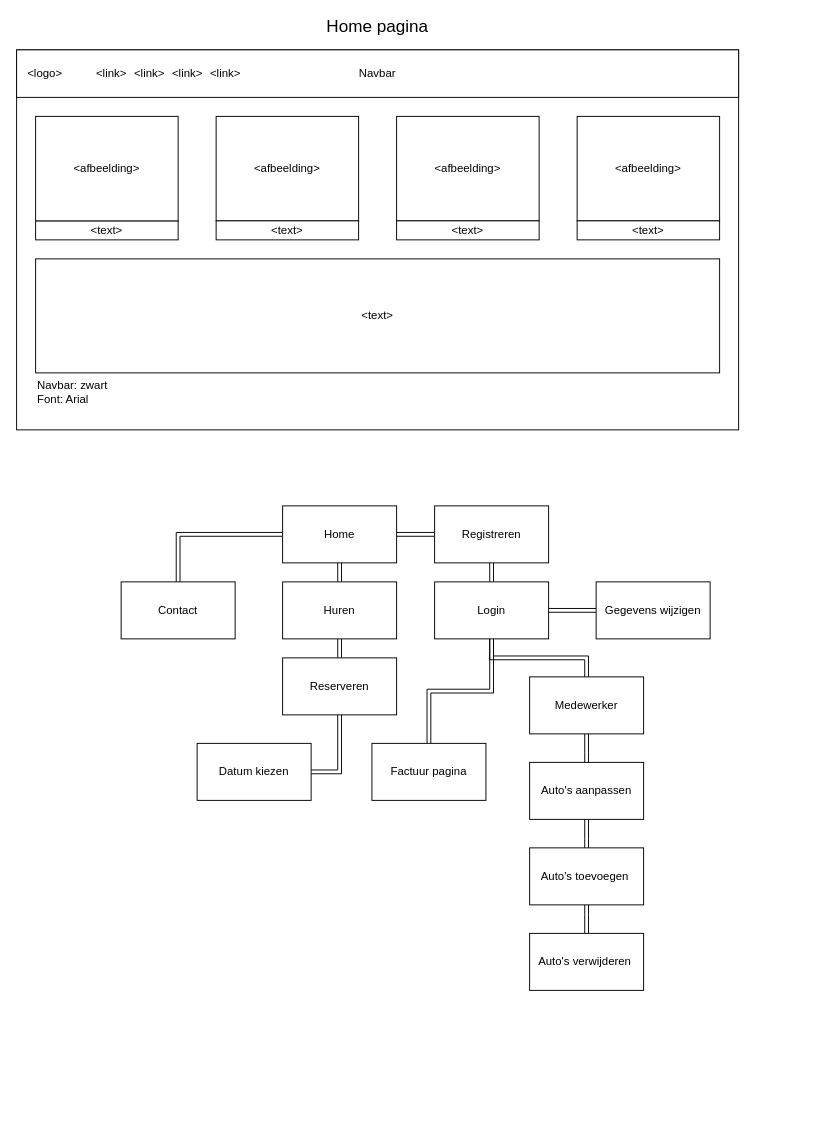
Earlier version of the draw.io diagram Homepage.drawio (Vishay142/rentacar). Source tidied: cells renumbered, new cells numbered last; positions are measured from the earlier drawing's top-left corner, leaving out a move shared by most shapes. Both pictures are drawn from the tidied source at 95%, with x=0, y=0 at pixel (16, 17).
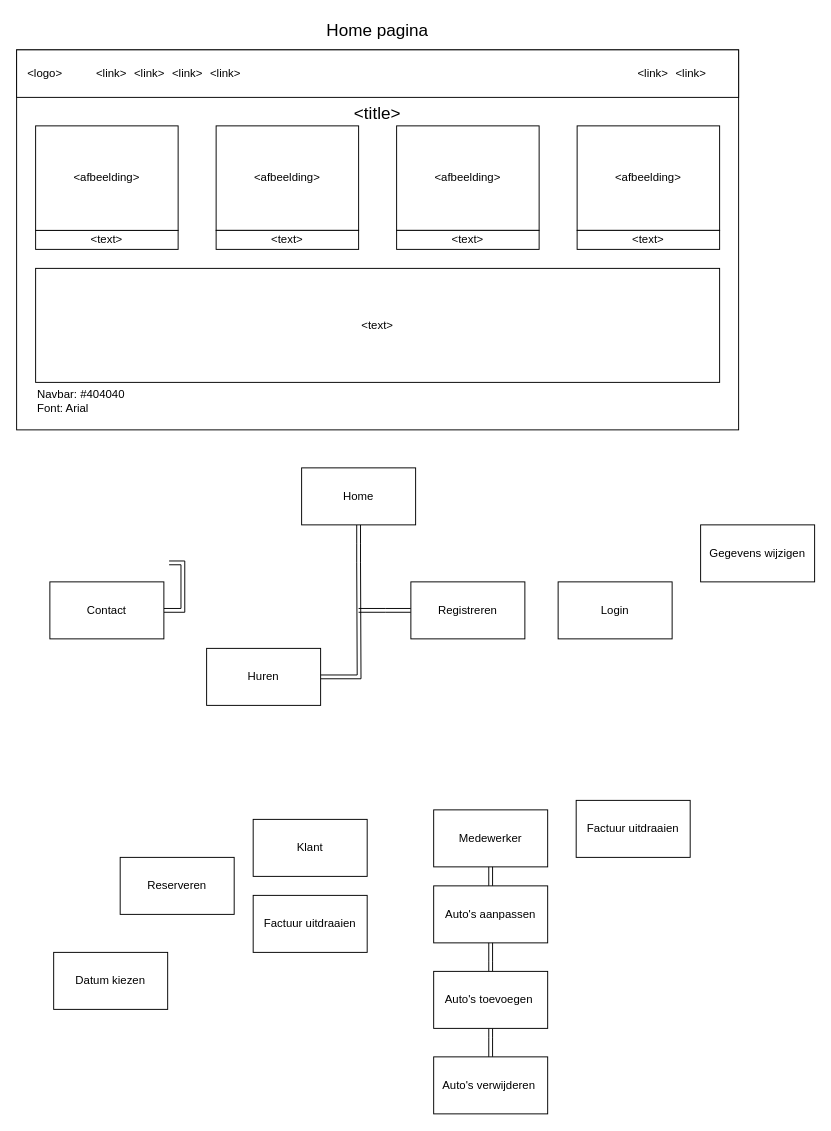
After the change.

The edit, as a diff of the source:
```diff
@@
-    <mxCell id="3" value="Navbar" style="rounded=0;whiteSpace=wrap;html=1;" parent="1" vertex="1">
+    <mxCell id="3" style="rounded=0;whiteSpace=wrap;html=1;" parent="1" vertex="1">
       <mxGeometry y="34" width="760" height="50" as="geometry" />
     </mxCell>
     <mxCell id="4" value="&amp;lt;afbeelding&amp;gt;" style="rounded=0;whiteSpace=wrap;html=1;" parent="1" vertex="1">
-      <mxGeometry x="210" y="104" width="150" height="110" as="geometry" />
+      <mxGeometry x="210" y="114" width="150" height="110" as="geometry" />
     </mxCell>
     <mxCell id="5" value="&amp;lt;afbeelding&amp;gt;" style="rounded=0;whiteSpace=wrap;html=1;" parent="1" vertex="1">
-      <mxGeometry x="400" y="104" width="150" height="110" as="geometry" />
+      <mxGeometry x="400" y="114" width="150" height="110" as="geometry" />
     </mxCell>
     <mxCell id="6" value="&amp;lt;afbeelding&amp;gt;" style="rounded=0;whiteSpace=wrap;html=1;" parent="1" vertex="1">
-      <mxGeometry x="590" y="104" width="150" height="110" as="geometry" />
+      <mxGeometry x="590" y="114" width="150" height="110" as="geometry" />
     </mxCell>
     <mxCell id="7" value="&amp;lt;text&amp;gt;" style="rounded=0;whiteSpace=wrap;html=1;" parent="1" vertex="1">
-      <mxGeometry x="20" y="214" width="150" height="20" as="geometry" />
+      <mxGeometry x="20" y="224" width="150" height="20" as="geometry" />
     </mxCell>
     <mxCell id="8" value="&amp;lt;text&amp;gt;" style="rounded=0;whiteSpace=wrap;html=1;" parent="1" vertex="1">
-      <mxGeometry x="210" y="214" width="150" height="20" as="geometry" />
+      <mxGeometry x="210" y="224" width="150" height="20" as="geometry" />
     </mxCell>
     <mxCell id="9" value="&amp;lt;text&amp;gt;" style="rounded=0;whiteSpace=wrap;html=1;" parent="1" vertex="1">
-      <mxGeometry x="400" y="214" width="150" height="20" as="geometry" />
+      <mxGeometry x="400" y="224" width="150" height="20" as="geometry" />
     </mxCell>
     <mxCell id="10" value="&amp;lt;text&amp;gt;" style="rounded=0;whiteSpace=wrap;html=1;" parent="1" vertex="1">
-      <mxGeometry x="590" y="214" width="150" height="20" as="geometry" />
+      <mxGeometry x="590" y="224" width="150" height="20" as="geometry" />
     </mxCell>
     <mxCell id="11" value="&amp;lt;text&amp;gt;" style="rounded=0;whiteSpace=wrap;html=1;" parent="1" vertex="1">
-      <mxGeometry x="20" y="254" width="720" height="120" as="geometry" />
+      <mxGeometry x="20" y="264" width="720" height="120" as="geometry" />
     </mxCell>
     <mxCell id="12" value="&amp;lt;afbeelding&amp;gt;" style="rounded=0;whiteSpace=wrap;html=1;" parent="1" vertex="1">
-      <mxGeometry x="20" y="104" width="150" height="110" as="geometry" />
+      <mxGeometry x="20" y="114" width="150" height="110" as="geometry" />
     </mxCell>
@@
-    <mxCell id="15" style="edgeStyle=orthogonalEdgeStyle;rounded=0;jettySize=auto;html=1;shape=link;" parent="1" edge="1" source="19" target="20">
-      <mxGeometry relative="1" as="geometry" />
-    </mxCell>
-    <mxCell id="16" style="edgeStyle=orthogonalEdgeStyle;shape=link;rounded=0;jettySize=auto;html=1;" parent="1" edge="1" source="19" target="41">
-      <mxGeometry relative="1" as="geometry" />
-    </mxCell>
-    <mxCell id="17" style="edgeStyle=orthogonalEdgeStyle;shape=link;rounded=0;jettySize=auto;html=1;exitX=1;exitY=0.5;exitDx=0;exitDy=0;" parent="1" edge="1" source="19" target="42">
-      <mxGeometry relative="1" as="geometry" />
-    </mxCell>
-    <mxCell id="18" style="edgeStyle=orthogonalEdgeStyle;shape=link;rounded=0;jettySize=auto;html=1;entryX=0.5;entryY=0;entryDx=0;entryDy=0;" parent="1" edge="1" source="42" target="23">
-      <mxGeometry relative="1" as="geometry" />
-    </mxCell>
+    <mxCell id="45" style="edgeStyle=orthogonalEdgeStyle;shape=link;rounded=0;jettySize=auto;html=1;" parent="1" edge="1" source="19">
+      <mxGeometry relative="1" as="geometry">
+        <mxPoint x="360" y="574" as="targetPoint" />
+      </mxGeometry>
+    </mxCell>
     <mxCell id="19" value="Home" style="rounded=0;whiteSpace=wrap;html=1;" parent="1" vertex="1">
-      <mxGeometry x="280" y="514" width="120" height="60" as="geometry" />
+      <mxGeometry x="300" y="474" width="120" height="60" as="geometry" />
     </mxCell>
+    <mxCell id="46" style="edgeStyle=orthogonalEdgeStyle;shape=link;rounded=0;jettySize=auto;html=1;" parent="1" edge="1" source="20">
+      <mxGeometry relative="1" as="geometry">
+        <mxPoint x="160" y="574" as="targetPoint" />
+      </mxGeometry>
+    </mxCell>
     <mxCell id="20" value="Contact" style="rounded=0;whiteSpace=wrap;html=1;" parent="1" vertex="1">
-      <mxGeometry x="110" y="594" width="120" height="60" as="geometry" />
+      <mxGeometry x="35" y="594" width="120" height="60" as="geometry" />
     </mxCell>
-    <mxCell id="21" style="edgeStyle=orthogonalEdgeStyle;rounded=0;jettySize=auto;html=1;entryX=0.5;entryY=0;entryDx=0;entryDy=0;shape=link;" parent="1" edge="1" source="41" target="39">
-      <mxGeometry relative="1" as="geometry" />
-    </mxCell>
-    <mxCell id="22" style="edgeStyle=orthogonalEdgeStyle;shape=link;rounded=0;jettySize=auto;html=1;" parent="1" edge="1" source="23" target="43">
-      <mxGeometry relative="1" as="geometry" />
-    </mxCell>
     <mxCell id="23" value="Login" style="rounded=0;whiteSpace=wrap;html=1;" parent="1" vertex="1">
-      <mxGeometry x="440" y="594" width="120" height="60" as="geometry" />
+      <mxGeometry x="570" y="594" width="120" height="60" as="geometry" />
     </mxCell>
-    <mxCell id="24" style="edgeStyle=orthogonalEdgeStyle;shape=link;rounded=0;jettySize=auto;html=1;" parent="1" edge="1" source="25" target="23">
-      <mxGeometry relative="1" as="geometry" />
-    </mxCell>
-    <mxCell id="25" value="Factuur pagina" style="rounded=0;whiteSpace=wrap;html=1;" parent="1" vertex="1">
-      <mxGeometry x="374" y="764" width="120" height="60" as="geometry" />
+    <mxCell id="25" value="Factuur uitdraaien" style="rounded=0;whiteSpace=wrap;html=1;" parent="1" vertex="1">
+      <mxGeometry x="249" y="924" width="120" height="60" as="geometry" />
     </mxCell>
-    <mxCell id="26" style="edgeStyle=orthogonalEdgeStyle;shape=link;rounded=0;jettySize=auto;html=1;" parent="1" edge="1" source="27" target="23">
-      <mxGeometry relative="1" as="geometry" />
-    </mxCell>
     <mxCell id="27" value="Medewerker" style="rounded=0;whiteSpace=wrap;html=1;" parent="1" vertex="1">
-      <mxGeometry x="540" y="694" width="120" height="60" as="geometry" />
+      <mxGeometry x="439" y="834" width="120" height="60" as="geometry" />
     </mxCell>
@@
     <mxCell id="29" value="Auto's aanpassen" style="rounded=0;whiteSpace=wrap;html=1;" parent="1" vertex="1">
-      <mxGeometry x="540" y="784" width="120" height="60" as="geometry" />
+      <mxGeometry x="439" y="914" width="120" height="60" as="geometry" />
     </mxCell>
@@
     <mxCell id="32" value="Auto's toevoegen&amp;nbsp;" style="rounded=0;whiteSpace=wrap;html=1;" parent="1" vertex="1">
-      <mxGeometry x="540" y="874" width="120" height="60" as="geometry" />
+      <mxGeometry x="439" y="1004" width="120" height="60" as="geometry" />
     </mxCell>
     <mxCell id="33" value="&lt;font style=&quot;font-size: 18px&quot;&gt;Home pagina&lt;/font&gt;" style="text;html=1;strokeColor=none;fillColor=none;align=center;verticalAlign=middle;whiteSpace=wrap;rounded=0;" parent="1" vertex="1">
-      <mxGeometry x="275" width="210" height="20" as="geometry" />
+      <mxGeometry x="275" y="4" width="210" height="20" as="geometry" />
     </mxCell>
-    <mxCell id="34" value="&lt;div&gt;&lt;span&gt;Navbar: zwart&lt;/span&gt;&lt;/div&gt;Font: Arial" style="text;html=1;strokeColor=none;fillColor=none;align=left;verticalAlign=middle;whiteSpace=wrap;rounded=0;" parent="1" vertex="1">
-      <mxGeometry x="20" y="384" width="110" height="20" as="geometry" />
+    <mxCell id="34" value="&lt;div&gt;&lt;span&gt;Navbar: #404040&lt;/span&gt;&lt;/div&gt;Font: Arial" style="text;html=1;strokeColor=none;fillColor=none;align=left;verticalAlign=middle;whiteSpace=wrap;rounded=0;" parent="1" vertex="1">
+      <mxGeometry x="20" y="394" width="110" height="20" as="geometry" />
     </mxCell>
@@
-    <mxCell id="38" style="edgeStyle=orthogonalEdgeStyle;shape=link;rounded=0;jettySize=auto;html=1;entryX=1;entryY=0.5;entryDx=0;entryDy=0;" parent="1" edge="1" source="39" target="44">
-      <mxGeometry relative="1" as="geometry" />
-    </mxCell>
     <mxCell id="39" value="Reserveren" style="rounded=0;whiteSpace=wrap;html=1;" parent="1" vertex="1">
-      <mxGeometry x="280" y="674" width="120" height="60" as="geometry" />
+      <mxGeometry x="109" y="884" width="120" height="60" as="geometry" />
     </mxCell>
     <mxCell id="40" value="Auto's verwijderen&amp;nbsp;" style="rounded=0;whiteSpace=wrap;html=1;" parent="1" vertex="1">
-      <mxGeometry x="540" y="964" width="120" height="60" as="geometry" />
+      <mxGeometry x="439" y="1094" width="120" height="60" as="geometry" />
     </mxCell>
+    <mxCell id="47" style="edgeStyle=orthogonalEdgeStyle;shape=link;rounded=0;jettySize=auto;html=1;" parent="1" edge="1" source="41">
+      <mxGeometry relative="1" as="geometry">
+        <mxPoint x="360" y="574" as="targetPoint" />
+      </mxGeometry>
+    </mxCell>
     <mxCell id="41" value="Huren" style="rounded=0;whiteSpace=wrap;html=1;" parent="1" vertex="1">
-      <mxGeometry x="280" y="594" width="120" height="60" as="geometry" />
+      <mxGeometry x="200" y="664" width="120" height="60" as="geometry" />
     </mxCell>
+    <mxCell id="48" style="edgeStyle=orthogonalEdgeStyle;shape=link;rounded=0;jettySize=auto;html=1;" parent="1" edge="1" source="42">
+      <mxGeometry relative="1" as="geometry">
+        <mxPoint x="360" y="624" as="targetPoint" />
+      </mxGeometry>
+    </mxCell>
     <mxCell id="42" value="Registreren" style="rounded=0;whiteSpace=wrap;html=1;" parent="1" vertex="1">
-      <mxGeometry x="440" y="514" width="120" height="60" as="geometry" />
+      <mxGeometry x="415" y="594" width="120" height="60" as="geometry" />
     </mxCell>
     <mxCell id="43" value="Gegevens wijzigen" style="rounded=0;whiteSpace=wrap;html=1;" parent="1" vertex="1">
-      <mxGeometry x="610" y="594" width="120" height="60" as="geometry" />
+      <mxGeometry x="720" y="534" width="120" height="60" as="geometry" />
     </mxCell>
     <mxCell id="44" value="Datum kiezen" style="rounded=0;whiteSpace=wrap;html=1;" parent="1" vertex="1">
-      <mxGeometry x="190" y="764" width="120" height="60" as="geometry" />
+      <mxGeometry x="39" y="984" width="120" height="60" as="geometry" />
     </mxCell>
+    <mxCell id="49" value="&amp;lt;link&amp;gt;" style="text;html=1;strokeColor=none;fillColor=none;align=center;verticalAlign=middle;whiteSpace=wrap;rounded=0;" parent="1" vertex="1">
+      <mxGeometry x="650" y="49" width="40" height="20" as="geometry" />
+    </mxCell>
+    <mxCell id="50" value="&amp;lt;link&amp;gt;" style="text;html=1;strokeColor=none;fillColor=none;align=center;verticalAlign=middle;whiteSpace=wrap;rounded=0;" parent="1" vertex="1">
+      <mxGeometry x="690" y="49" width="40" height="20" as="geometry" />
+    </mxCell>
+    <mxCell id="51" value="Klant" style="rounded=0;whiteSpace=wrap;html=1;" parent="1" vertex="1">
+      <mxGeometry x="249" y="844" width="120" height="60" as="geometry" />
+    </mxCell>
+    <mxCell id="52" value="Factuur uitdraaien" style="rounded=0;whiteSpace=wrap;html=1;" parent="1" vertex="1">
+      <mxGeometry x="589" y="824" width="120" height="60" as="geometry" />
+    </mxCell>
+    <mxCell id="53" value="&lt;font style=&quot;font-size: 18px&quot;&gt;&amp;lt;title&amp;gt;&lt;/font&gt;" style="text;html=1;strokeColor=none;fillColor=none;align=center;verticalAlign=middle;whiteSpace=wrap;rounded=0;" parent="1" vertex="1">
+      <mxGeometry x="360" y="91" width="40" height="20" as="geometry" />
+    </mxCell>
```
